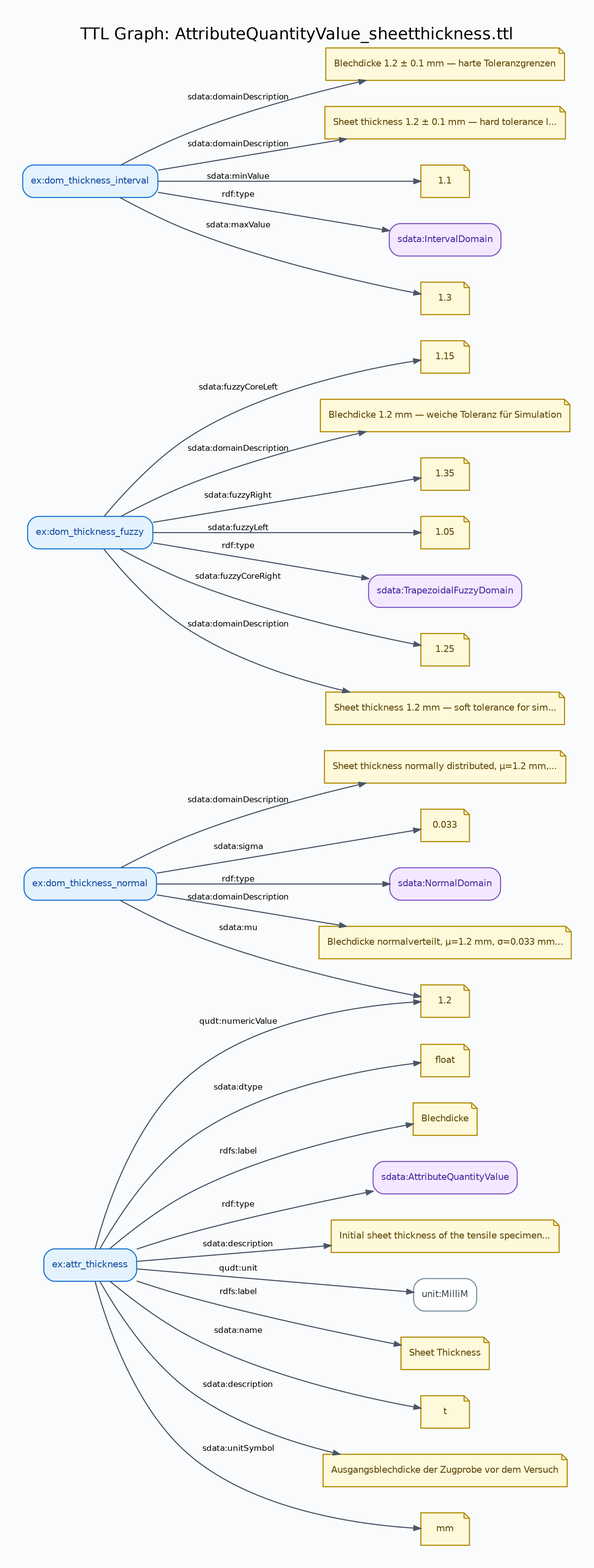
This is docs/diagrams/AttributeQuantityValue_sheetthickness-graph.png from lepy/sdata-ontology, a Graphviz export, as it was before one commit. Its source is kept beside it as docs/diagrams/AttributeQuantityValue_sheetthickness-graph.dot.
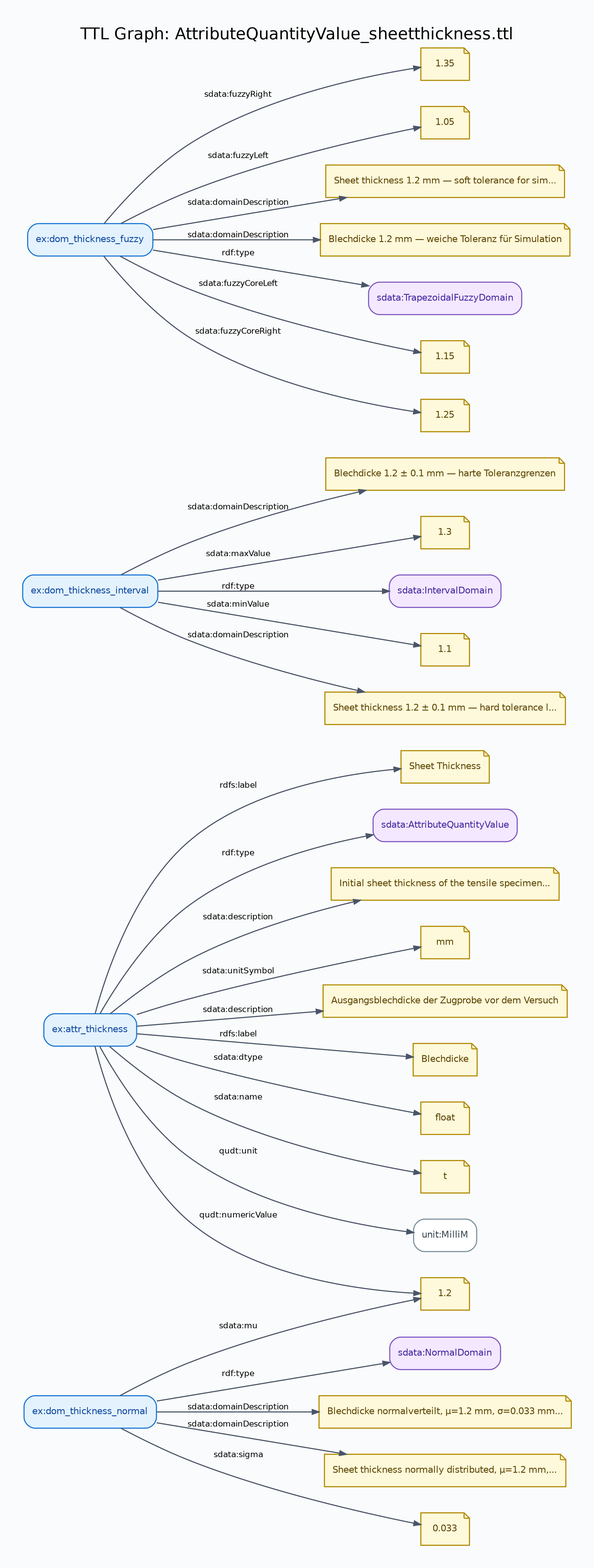
Later version of the same file.

The edit, as a diff of the source:
```diff
@@ -30,36 +30,41 @@
 		fillcolor="#E3F2FD",
 		fontcolor="#0D47A1",
 		label="ex:attr_thickness"];
+	"lit::Blechdicke::::de"	[color="#B08900",
+		fillcolor="#FFF9DB",
+		fontcolor="#5C4500",
+		label=Blechdicke,
+		shape=note];
+	"uri::https://example.org/tensile-test/attr_thickness" -> "lit::Blechdicke::::de"	[label="rdfs:label"];
 	"lit::float::::"	[color="#B08900",
 		fillcolor="#FFF9DB",
 		fontcolor="#5C4500",
 		label=float,
 		shape=note];
 	"uri::https://example.org/tensile-test/attr_thickness" -> "lit::float::::"	[label="sdata:dtype"];
-	"lit::Blechdicke::::de"	[color="#B08900",
+	"lit::t::::"	[color="#B08900",
 		fillcolor="#FFF9DB",
 		fontcolor="#5C4500",
-		label=Blechdicke,
+		label=t,
 		shape=note];
-	"uri::https://example.org/tensile-test/attr_thickness" -> "lit::Blechdicke::::de"	[label="rdfs:label"];
+	"uri::https://example.org/tensile-test/attr_thickness" -> "lit::t::::"	[label="sdata:name"];
 	"lit::1.2::http://www.w3.org/2001/XMLSchema#double::"	[color="#B08900",
 		fillcolor="#FFF9DB",
 		fontcolor="#5C4500",
 		label=1.2,
 		shape=note];
 	"uri::https://example.org/tensile-test/attr_thickness" -> "lit::1.2::http://www.w3.org/2001/XMLSchema#double::"	[label="qudt:numericValue"];
-	"lit::Ausgangsblechdicke der Zugprobe vor dem Versuch::::de"	[color="#B08900",
+	"uri::http://qudt.org/vocab/unit/MilliM"	[color="#78909C",
+		fillcolor="#FFFFFF",
+		fontcolor="#37474F",
+		label="unit:MilliM"];
+	"uri::https://example.org/tensile-test/attr_thickness" -> "uri::http://qudt.org/vocab/unit/MilliM"	[label="qudt:unit"];
+	"lit::Sheet Thickness::::en"	[color="#B08900",
 		fillcolor="#FFF9DB",
 		fontcolor="#5C4500",
-		label="Ausgangsblechdicke der Zugprobe vor dem Versuch",
+		label="Sheet Thickness",
 		shape=note];
-	"uri::https://example.org/tensile-test/attr_thickness" -> "lit::Ausgangsblechdicke der Zugprobe vor dem Versuch::::de"	[label="sdata:description"];
-	"lit::mm::::"	[color="#B08900",
-		fillcolor="#FFF9DB",
-		fontcolor="#5C4500",
-		label=mm,
-		shape=note];
-	"uri::https://example.org/tensile-test/attr_thickness" -> "lit::mm::::"	[label="sdata:unitSymbol"];
+	"uri::https://example.org/tensile-test/attr_thickness" -> "lit::Sheet Thickness::::en"	[label="rdfs:label"];
 	"uri::https://w3id.org/sdata/core/AttributeQuantityValue"	[color="#7E57C2",
 		fillcolor="#F3E8FF",
 		fontcolor="#4527A0",
@@ -71,39 +76,83 @@
 		label="Initial sheet thickness of the tensile specimen...",
 		shape=note];
 	"uri::https://example.org/tensile-test/attr_thickness" -> "lit::Initial sheet thickness of the tensile specimen before testing::::en"	[label="sdata:description"];
-	"uri::http://qudt.org/vocab/unit/MilliM"	[color="#78909C",
-		fillcolor="#FFFFFF",
-		fontcolor="#37474F",
-		label="unit:MilliM"];
-	"uri::https://example.org/tensile-test/attr_thickness" -> "uri::http://qudt.org/vocab/unit/MilliM"	[label="qudt:unit"];
-	"lit::Sheet Thickness::::en"	[color="#B08900",
+	"lit::mm::::"	[color="#B08900",
 		fillcolor="#FFF9DB",
 		fontcolor="#5C4500",
-		label="Sheet Thickness",
+		label=mm,
 		shape=note];
-	"uri::https://example.org/tensile-test/attr_thickness" -> "lit::Sheet Thickness::::en"	[label="rdfs:label"];
-	"lit::t::::"	[color="#B08900",
+	"uri::https://example.org/tensile-test/attr_thickness" -> "lit::mm::::"	[label="sdata:unitSymbol"];
+	"lit::Ausgangsblechdicke der Zugprobe vor dem Versuch::::de"	[color="#B08900",
 		fillcolor="#FFF9DB",
 		fontcolor="#5C4500",
-		label=t,
+		label="Ausgangsblechdicke der Zugprobe vor dem Versuch",
 		shape=note];
-	"uri::https://example.org/tensile-test/attr_thickness" -> "lit::t::::"	[label="sdata:name"];
+	"uri::https://example.org/tensile-test/attr_thickness" -> "lit::Ausgangsblechdicke der Zugprobe vor dem Versuch::::de"	[label="sdata:description"];
+	"uri::https://example.org/tensile-test/dom_thickness_interval"	[color="#1976D2",
+		fillcolor="#E3F2FD",
+		fontcolor="#0D47A1",
+		label="ex:dom_thickness_interval"];
+	"lit::Blechdicke 1.2 ± 0.1 mm — harte Toleranzgrenzen::::de"	[color="#B08900",
+		fillcolor="#FFF9DB",
+		fontcolor="#5C4500",
+		label="Blechdicke 1.2 ± 0.1 mm — harte Toleranzgrenzen",
+		shape=note];
+	"uri::https://example.org/tensile-test/dom_thickness_interval" -> "lit::Blechdicke 1.2 ± 0.1 mm — harte Toleranzgrenzen::::de"	[label="sdata:domainDescription"];
+	"lit::1.3::http://www.w3.org/2001/XMLSchema#double::"	[color="#B08900",
+		fillcolor="#FFF9DB",
+		fontcolor="#5C4500",
+		label=1.3,
+		shape=note];
+	"uri::https://example.org/tensile-test/dom_thickness_interval" -> "lit::1.3::http://www.w3.org/2001/XMLSchema#double::"	[label="sdata:maxValue"];
+	"uri::https://w3id.org/sdata/core/IntervalDomain"	[color="#7E57C2",
+		fillcolor="#F3E8FF",
+		fontcolor="#4527A0",
+		label="sdata:IntervalDomain"];
+	"uri::https://example.org/tensile-test/dom_thickness_interval" -> "uri::https://w3id.org/sdata/core/IntervalDomain"	[label="rdf:type"];
+	"lit::1.1::http://www.w3.org/2001/XMLSchema#double::"	[color="#B08900",
+		fillcolor="#FFF9DB",
+		fontcolor="#5C4500",
+		label=1.1,
+		shape=note];
+	"uri::https://example.org/tensile-test/dom_thickness_interval" -> "lit::1.1::http://www.w3.org/2001/XMLSchema#double::"	[label="sdata:minValue"];
+	"lit::Sheet thickness 1.2 ± 0.1 mm — hard tolerance limits::::en"	[color="#B08900",
+		fillcolor="#FFF9DB",
+		fontcolor="#5C4500",
+		label="Sheet thickness 1.2 ± 0.1 mm — hard tolerance l...",
+		shape=note];
+	"uri::https://example.org/tensile-test/dom_thickness_interval" -> "lit::Sheet thickness 1.2 ± 0.1 mm — hard tolerance limits::::en"	[label="sdata:domainDescription"];
+	"uri::https://example.org/tensile-test/dom_thickness_normal"	[color="#1976D2",
+		fillcolor="#E3F2FD",
+		fontcolor="#0D47A1",
+		label="ex:dom_thickness_normal"];
+	"uri::https://example.org/tensile-test/dom_thickness_normal" -> "lit::1.2::http://www.w3.org/2001/XMLSchema#double::"	[label="sdata:mu"];
+	"uri::https://w3id.org/sdata/core/NormalDomain"	[color="#7E57C2",
+		fillcolor="#F3E8FF",
+		fontcolor="#4527A0",
+		label="sdata:NormalDomain"];
+	"uri::https://example.org/tensile-test/dom_thickness_normal" -> "uri::https://w3id.org/sdata/core/NormalDomain"	[label="rdf:type"];
+	"lit::Blechdicke normalverteilt, μ=1.2 mm, σ=0.033 mm (3σ=0.1 mm)::::de"	[color="#B08900",
+		fillcolor="#FFF9DB",
+		fontcolor="#5C4500",
+		label="Blechdicke normalverteilt, μ=1.2 mm, σ=0.033 mm...",
+		shape=note];
+	"uri::https://example.org/tensile-test/dom_thickness_normal" -> "lit::Blechdicke normalverteilt, μ=1.2 mm, σ=0.033 mm (3σ=0.1 mm)::::de"	[label="sdata:domainDescription"];
+	"lit::Sheet thickness normally distributed, μ=1.2 mm, σ=0.033 mm (3σ=0.1 mm)::::en"	[color="#B08900",
+		fillcolor="#FFF9DB",
+		fontcolor="#5C4500",
+		label="Sheet thickness normally distributed, μ=1.2 mm,...",
+		shape=note];
+	"uri::https://example.org/tensile-test/dom_thickness_normal" -> "lit::Sheet thickness normally distributed, μ=1.2 mm, σ=0.033 mm (3σ=0.1 mm)::::en"	[label="sdata:domainDescription"];
+	"lit::0.033::http://www.w3.org/2001/XMLSchema#double::"	[color="#B08900",
+		fillcolor="#FFF9DB",
+		fontcolor="#5C4500",
+		label=0.033,
+		shape=note];
+	"uri::https://example.org/tensile-test/dom_thickness_normal" -> "lit::0.033::http://www.w3.org/2001/XMLSchema#double::"	[label="sdata:sigma"];
 	"uri::https://example.org/tensile-test/dom_thickness_fuzzy"	[color="#1976D2",
 		fillcolor="#E3F2FD",
 		fontcolor="#0D47A1",
 		label="ex:dom_thickness_fuzzy"];
-	"lit::1.15::http://www.w3.org/2001/XMLSchema#double::"	[color="#B08900",
-		fillcolor="#FFF9DB",
-		fontcolor="#5C4500",
-		label=1.15,
-		shape=note];
-	"uri::https://example.org/tensile-test/dom_thickness_fuzzy" -> "lit::1.15::http://www.w3.org/2001/XMLSchema#double::"	[label="sdata:fuzzyCoreLeft"];
-	"lit::Blechdicke 1.2 mm — weiche Toleranz für Simulation::::de"	[color="#B08900",
-		fillcolor="#FFF9DB",
-		fontcolor="#5C4500",
-		label="Blechdicke 1.2 mm — weiche Toleranz für Simulation",
-		shape=note];
-	"uri::https://example.org/tensile-test/dom_thickness_fuzzy" -> "lit::Blechdicke 1.2 mm — weiche Toleranz für Simulation::::de"	[label="sdata:domainDescription"];
 	"lit::1.35::http://www.w3.org/2001/XMLSchema#double::"	[color="#B08900",
 		fillcolor="#FFF9DB",
 		fontcolor="#5C4500",
@@ -116,82 +165,33 @@
 		label=1.05,
 		shape=note];
 	"uri::https://example.org/tensile-test/dom_thickness_fuzzy" -> "lit::1.05::http://www.w3.org/2001/XMLSchema#double::"	[label="sdata:fuzzyLeft"];
+	"lit::Sheet thickness 1.2 mm — soft tolerance for simulation::::en"	[color="#B08900",
+		fillcolor="#FFF9DB",
+		fontcolor="#5C4500",
+		label="Sheet thickness 1.2 mm — soft tolerance for sim...",
+		shape=note];
+	"uri::https://example.org/tensile-test/dom_thickness_fuzzy" -> "lit::Sheet thickness 1.2 mm — soft tolerance for simulation::::en"	[label="sdata:domainDescription"];
+	"lit::Blechdicke 1.2 mm — weiche Toleranz für Simulation::::de"	[color="#B08900",
+		fillcolor="#FFF9DB",
+		fontcolor="#5C4500",
+		label="Blechdicke 1.2 mm — weiche Toleranz für Simulation",
+		shape=note];
+	"uri::https://example.org/tensile-test/dom_thickness_fuzzy" -> "lit::Blechdicke 1.2 mm — weiche Toleranz für Simulation::::de"	[label="sdata:domainDescription"];
 	"uri::https://w3id.org/sdata/core/TrapezoidalFuzzyDomain"	[color="#7E57C2",
 		fillcolor="#F3E8FF",
 		fontcolor="#4527A0",
 		label="sdata:TrapezoidalFuzzyDomain"];
 	"uri::https://example.org/tensile-test/dom_thickness_fuzzy" -> "uri::https://w3id.org/sdata/core/TrapezoidalFuzzyDomain"	[label="rdf:type"];
+	"lit::1.15::http://www.w3.org/2001/XMLSchema#double::"	[color="#B08900",
+		fillcolor="#FFF9DB",
+		fontcolor="#5C4500",
+		label=1.15,
+		shape=note];
+	"uri::https://example.org/tensile-test/dom_thickness_fuzzy" -> "lit::1.15::http://www.w3.org/2001/XMLSchema#double::"	[label="sdata:fuzzyCoreLeft"];
 	"lit::1.25::http://www.w3.org/2001/XMLSchema#double::"	[color="#B08900",
 		fillcolor="#FFF9DB",
 		fontcolor="#5C4500",
 		label=1.25,
 		shape=note];
 	"uri::https://example.org/tensile-test/dom_thickness_fuzzy" -> "lit::1.25::http://www.w3.org/2001/XMLSchema#double::"	[label="sdata:fuzzyCoreRight"];
-	"lit::Sheet thickness 1.2 mm — soft tolerance for simulation::::en"	[color="#B08900",
-		fillcolor="#FFF9DB",
-		fontcolor="#5C4500",
-		label="Sheet thickness 1.2 mm — soft tolerance for sim...",
-		shape=note];
-	"uri::https://example.org/tensile-test/dom_thickness_fuzzy" -> "lit::Sheet thickness 1.2 mm — soft tolerance for simulation::::en"	[label="sdata:domainDescription"];
-	"uri::https://example.org/tensile-test/dom_thickness_normal"	[color="#1976D2",
-		fillcolor="#E3F2FD",
-		fontcolor="#0D47A1",
-		label="ex:dom_thickness_normal"];
-	"uri::https://example.org/tensile-test/dom_thickness_normal" -> "lit::1.2::http://www.w3.org/2001/XMLSchema#double::"	[label="sdata:mu"];
-	"lit::Sheet thickness normally distributed, μ=1.2 mm, σ=0.033 mm (3σ=0.1 mm)::::en"	[color="#B08900",
-		fillcolor="#FFF9DB",
-		fontcolor="#5C4500",
-		label="Sheet thickness normally distributed, μ=1.2 mm,...",
-		shape=note];
-	"uri::https://example.org/tensile-test/dom_thickness_normal" -> "lit::Sheet thickness normally distributed, μ=1.2 mm, σ=0.033 mm (3σ=0.1 mm)::::en"	[label="sdata:domainDescription"];
-	"lit::0.033::http://www.w3.org/2001/XMLSchema#double::"	[color="#B08900",
-		fillcolor="#FFF9DB",
-		fontcolor="#5C4500",
-		label=0.033,
-		shape=note];
-	"uri::https://example.org/tensile-test/dom_thickness_normal" -> "lit::0.033::http://www.w3.org/2001/XMLSchema#double::"	[label="sdata:sigma"];
-	"uri::https://w3id.org/sdata/core/NormalDomain"	[color="#7E57C2",
-		fillcolor="#F3E8FF",
-		fontcolor="#4527A0",
-		label="sdata:NormalDomain"];
-	"uri::https://example.org/tensile-test/dom_thickness_normal" -> "uri::https://w3id.org/sdata/core/NormalDomain"	[label="rdf:type"];
-	"lit::Blechdicke normalverteilt, μ=1.2 mm, σ=0.033 mm (3σ=0.1 mm)::::de"	[color="#B08900",
-		fillcolor="#FFF9DB",
-		fontcolor="#5C4500",
-		label="Blechdicke normalverteilt, μ=1.2 mm, σ=0.033 mm...",
-		shape=note];
-	"uri::https://example.org/tensile-test/dom_thickness_normal" -> "lit::Blechdicke normalverteilt, μ=1.2 mm, σ=0.033 mm (3σ=0.1 mm)::::de"	[label="sdata:domainDescription"];
-	"uri::https://example.org/tensile-test/dom_thickness_interval"	[color="#1976D2",
-		fillcolor="#E3F2FD",
-		fontcolor="#0D47A1",
-		label="ex:dom_thickness_interval"];
-	"lit::Blechdicke 1.2 ± 0.1 mm — harte Toleranzgrenzen::::de"	[color="#B08900",
-		fillcolor="#FFF9DB",
-		fontcolor="#5C4500",
-		label="Blechdicke 1.2 ± 0.1 mm — harte Toleranzgrenzen",
-		shape=note];
-	"uri::https://example.org/tensile-test/dom_thickness_interval" -> "lit::Blechdicke 1.2 ± 0.1 mm — harte Toleranzgrenzen::::de"	[label="sdata:domainDescription"];
-	"lit::Sheet thickness 1.2 ± 0.1 mm — hard tolerance limits::::en"	[color="#B08900",
-		fillcolor="#FFF9DB",
-		fontcolor="#5C4500",
-		label="Sheet thickness 1.2 ± 0.1 mm — hard tolerance l...",
-		shape=note];
-	"uri::https://example.org/tensile-test/dom_thickness_interval" -> "lit::Sheet thickness 1.2 ± 0.1 mm — hard tolerance limits::::en"	[label="sdata:domainDescription"];
-	"lit::1.1::http://www.w3.org/2001/XMLSchema#double::"	[color="#B08900",
-		fillcolor="#FFF9DB",
-		fontcolor="#5C4500",
-		label=1.1,
-		shape=note];
-	"uri::https://example.org/tensile-test/dom_thickness_interval" -> "lit::1.1::http://www.w3.org/2001/XMLSchema#double::"	[label="sdata:minValue"];
-	"uri::https://w3id.org/sdata/core/IntervalDomain"	[color="#7E57C2",
-		fillcolor="#F3E8FF",
-		fontcolor="#4527A0",
-		label="sdata:IntervalDomain"];
-	"uri::https://example.org/tensile-test/dom_thickness_interval" -> "uri::https://w3id.org/sdata/core/IntervalDomain"	[label="rdf:type"];
-	"lit::1.3::http://www.w3.org/2001/XMLSchema#double::"	[color="#B08900",
-		fillcolor="#FFF9DB",
-		fontcolor="#5C4500",
-		label=1.3,
-		shape=note];
-	"uri::https://example.org/tensile-test/dom_thickness_interval" -> "lit::1.3::http://www.w3.org/2001/XMLSchema#double::"	[label="sdata:maxValue"];
 }
```
